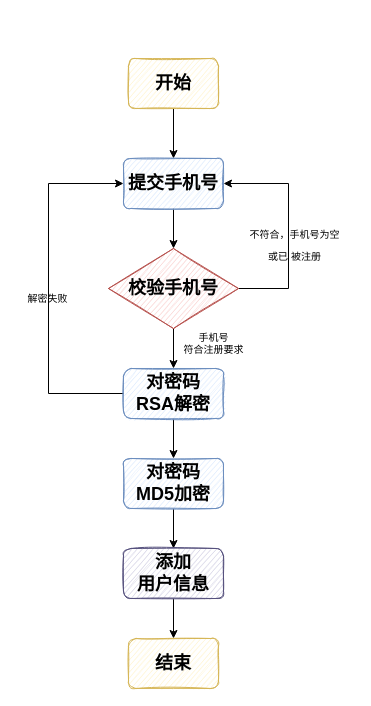
Before: bilibili.drawio in Bukayoooo/Draws, a draw.io diagram. Source tidied: cells renumbered, new cells numbered last; positions are measured from the earlier drawing's top-left corner, leaving out a move shared by most shapes. Both pictures are drawn from the tidied source at 100%, with x=0, y=0 at pixel (17, 58).
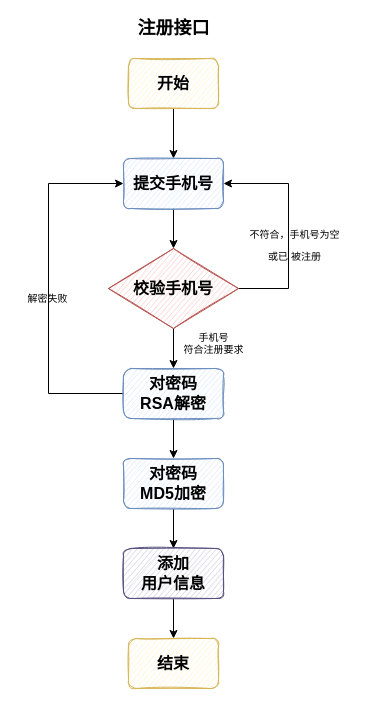
The same diagram, later.

Change to the diagram source:
```diff
@@
-    <mxCell id="3" value="&lt;font style=&quot;font-size: 18px&quot;&gt;&lt;b&gt;开始&lt;/b&gt;&lt;/font&gt;" style="rounded=1;whiteSpace=wrap;html=1;fillColor=#fff2cc;strokeColor=#d6b656;shadow=0;sketch=1;" parent="1" vertex="1">
+    <mxCell id="3" value="&lt;font size=&quot;1&quot;&gt;&lt;b style=&quot;font-size: 16px&quot;&gt;开始&lt;/b&gt;&lt;/font&gt;" style="rounded=1;whiteSpace=wrap;html=1;fillColor=#fff2cc;strokeColor=#d6b656;shadow=0;sketch=1;" parent="1" vertex="1">
       <mxGeometry x="111" width="90" height="50" as="geometry" />
     </mxCell>
@@
-    <mxCell id="5" value="&lt;font style=&quot;font-size: 18px&quot;&gt;&lt;b&gt;提交手机号&lt;/b&gt;&lt;/font&gt;" style="rounded=1;whiteSpace=wrap;html=1;fillColor=#dae8fc;strokeColor=#6c8ebf;shadow=0;sketch=1;" parent="1" vertex="1">
+    <mxCell id="5" value="&lt;font size=&quot;1&quot;&gt;&lt;b style=&quot;font-size: 16px&quot;&gt;提交手机号&lt;/b&gt;&lt;/font&gt;" style="rounded=1;whiteSpace=wrap;html=1;fillColor=#dae8fc;strokeColor=#6c8ebf;shadow=0;sketch=1;" parent="1" vertex="1">
       <mxGeometry x="106" y="100" width="100" height="50" as="geometry" />
     </mxCell>
@@
-    <mxCell id="8" value="&lt;b&gt;校验手机号&lt;/b&gt;" style="rhombus;whiteSpace=wrap;html=1;shadow=0;sketch=1;fontSize=18;fillColor=#f8cecc;strokeColor=#b85450;" parent="1" vertex="1">
+    <mxCell id="8" value="&lt;b&gt;&lt;font style=&quot;font-size: 16px&quot;&gt;校验手机号&lt;/font&gt;&lt;/b&gt;" style="rhombus;whiteSpace=wrap;html=1;shadow=0;sketch=1;fontSize=18;fillColor=#f8cecc;strokeColor=#b85450;" parent="1" vertex="1">
       <mxGeometry x="91" y="190" width="130" height="80" as="geometry" />
     </mxCell>
@@
-    <mxCell id="12" value="&lt;font style=&quot;font-size: 18px&quot;&gt;&lt;b&gt;对密码&lt;br&gt;RSA解密&lt;/b&gt;&lt;/font&gt;" style="rounded=1;whiteSpace=wrap;html=1;fillColor=#dae8fc;strokeColor=#6c8ebf;shadow=0;sketch=1;" parent="1" vertex="1">
+    <mxCell id="12" value="&lt;font style=&quot;font-size: 16px&quot;&gt;&lt;b&gt;对密码&lt;br&gt;RSA解密&lt;/b&gt;&lt;/font&gt;" style="rounded=1;whiteSpace=wrap;html=1;fillColor=#dae8fc;strokeColor=#6c8ebf;shadow=0;sketch=1;" parent="1" vertex="1">
       <mxGeometry x="106" y="310" width="100" height="50" as="geometry" />
     </mxCell>
@@
-    <mxCell id="16" value="&lt;font style=&quot;font-size: 18px&quot;&gt;&lt;b&gt;对密码&lt;br&gt;MD5加密&lt;/b&gt;&lt;/font&gt;" style="rounded=1;whiteSpace=wrap;html=1;fillColor=#dae8fc;strokeColor=#6c8ebf;shadow=0;sketch=1;" parent="1" vertex="1">
+    <mxCell id="16" value="&lt;font style=&quot;font-size: 16px&quot;&gt;&lt;b&gt;对密码&lt;br&gt;MD5加密&lt;/b&gt;&lt;/font&gt;" style="rounded=1;whiteSpace=wrap;html=1;fillColor=#dae8fc;strokeColor=#6c8ebf;shadow=0;sketch=1;" parent="1" vertex="1">
       <mxGeometry x="106" y="400" width="100" height="50" as="geometry" />
     </mxCell>
@@
-    <mxCell id="18" value="&lt;span style=&quot;font-size: 18px&quot;&gt;&lt;b&gt;添加&lt;br&gt;用户信息&lt;/b&gt;&lt;/span&gt;" style="rounded=1;whiteSpace=wrap;html=1;fillColor=#d0cee2;strokeColor=#56517e;shadow=0;sketch=1;" parent="1" vertex="1">
+    <mxCell id="18" value="&lt;span style=&quot;font-size: 16px&quot;&gt;&lt;b&gt;添加&lt;br&gt;用户信息&lt;/b&gt;&lt;/span&gt;" style="rounded=1;whiteSpace=wrap;html=1;fillColor=#d0cee2;strokeColor=#56517e;shadow=0;sketch=1;" parent="1" vertex="1">
       <mxGeometry x="106" y="490" width="100" height="50" as="geometry" />
     </mxCell>
-    <mxCell id="19" value="&lt;font style=&quot;font-size: 18px&quot;&gt;&lt;b&gt;结束&lt;/b&gt;&lt;/font&gt;" style="rounded=1;whiteSpace=wrap;html=1;fillColor=#fff2cc;strokeColor=#d6b656;shadow=0;sketch=1;" parent="1" vertex="1">
+    <mxCell id="19" value="&lt;font size=&quot;1&quot;&gt;&lt;b style=&quot;font-size: 16px&quot;&gt;结束&lt;/b&gt;&lt;/font&gt;" style="rounded=1;whiteSpace=wrap;html=1;fillColor=#fff2cc;strokeColor=#d6b656;shadow=0;sketch=1;" parent="1" vertex="1">
       <mxGeometry x="111" y="580" width="90" height="50" as="geometry" />
     </mxCell>
+    <mxCell id="20" value="&lt;b&gt;&lt;font style=&quot;font-size: 18px&quot;&gt;注册接口&lt;/font&gt;&lt;/b&gt;" style="text;html=1;align=center;verticalAlign=middle;strokeColor=none;fillColor=none;fontSize=10;" parent="1" vertex="1">
+      <mxGeometry x="111" y="-40" width="90" height="20" as="geometry" />
+    </mxCell>
```
